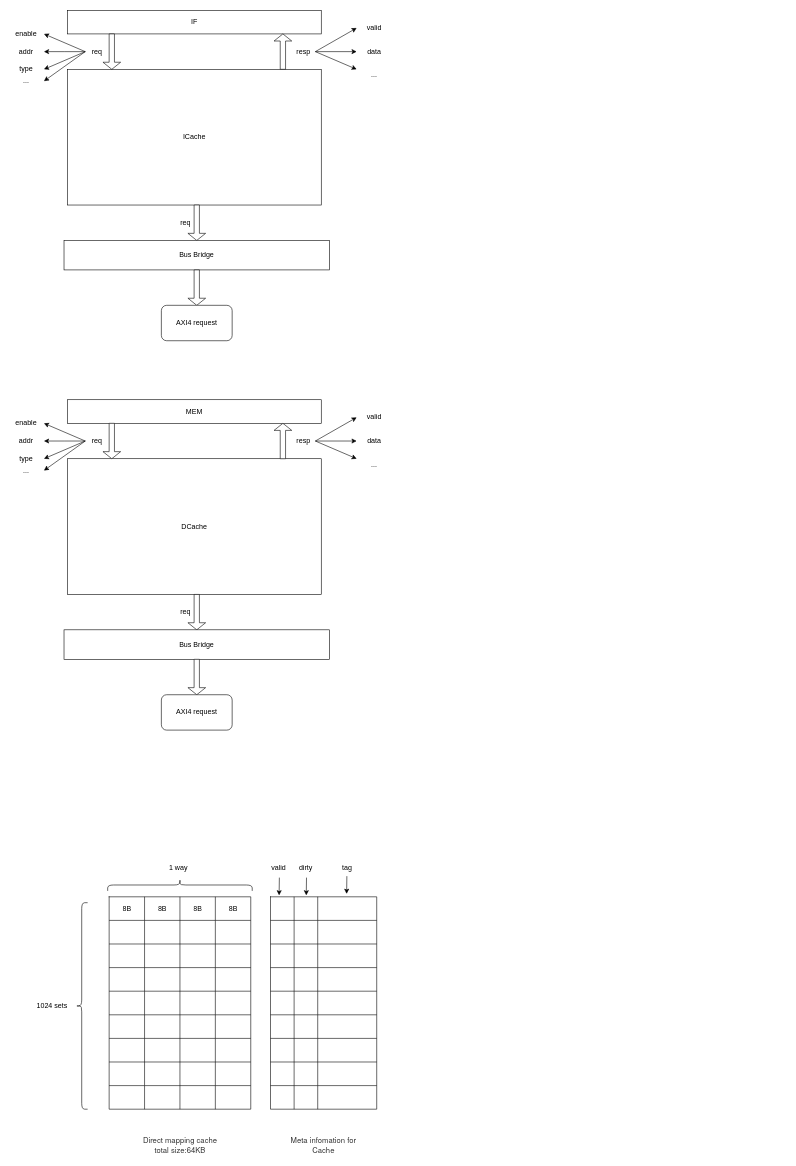
This is Cache.drawio from happy-lx/drawio, a draw.io file, before an edit. Source tidied: cells renumbered, new cells numbered last; positions are measured from the earlier drawing's top-left corner, leaving out a move shared by most shapes. Both pictures are drawn from the tidied source at 59%, with x=0, y=0 at pixel (14, 10).
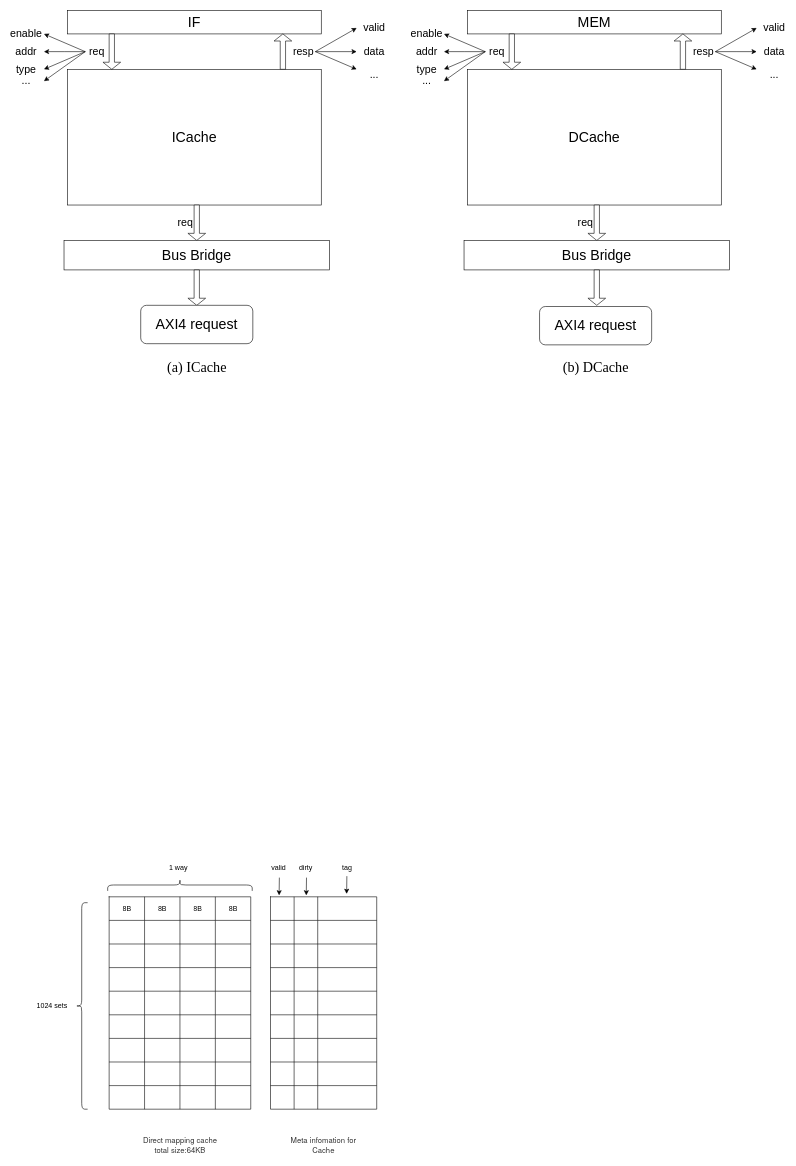
After the change.

The edit, as a diff of the source:
```diff
@@
-    <mxCell id="2" value="ICache" style="rounded=0;whiteSpace=wrap;html=1;" parent="1" vertex="1">
+    <mxCell id="2" value="&lt;font style=&quot;font-size: 24px&quot;&gt;ICache&lt;/font&gt;" style="rounded=0;whiteSpace=wrap;html=1;" parent="1" vertex="1">
       <mxGeometry x="90" y="100" width="430" height="230" as="geometry" />
     </mxCell>
-    <mxCell id="3" value="IF" style="rounded=0;whiteSpace=wrap;html=1;" parent="1" vertex="1">
+    <mxCell id="3" value="&lt;font style=&quot;font-size: 24px&quot;&gt;IF&lt;/font&gt;" style="rounded=0;whiteSpace=wrap;html=1;" parent="1" vertex="1">
       <mxGeometry x="90" width="430" height="40" as="geometry" />
     </mxCell>
@@
-    <mxCell id="7" value="req" style="text;html=1;strokeColor=none;fillColor=none;align=center;verticalAlign=middle;whiteSpace=wrap;rounded=0;" parent="1" vertex="1">
+    <mxCell id="7" value="&lt;font style=&quot;font-size: 18px&quot;&gt;req&lt;/font&gt;" style="text;html=1;strokeColor=none;fillColor=none;align=center;verticalAlign=middle;whiteSpace=wrap;rounded=0;" parent="1" vertex="1">
       <mxGeometry x="120" y="60" width="40" height="20" as="geometry" />
     </mxCell>
@@
-    <mxCell id="9" value="resp" style="text;html=1;strokeColor=none;fillColor=none;align=center;verticalAlign=middle;whiteSpace=wrap;rounded=0;" parent="1" vertex="1">
+    <mxCell id="9" value="&lt;font style=&quot;font-size: 18px&quot;&gt;resp&lt;/font&gt;" style="text;html=1;strokeColor=none;fillColor=none;align=center;verticalAlign=middle;whiteSpace=wrap;rounded=0;" parent="1" vertex="1">
       <mxGeometry x="470" y="60" width="40" height="20" as="geometry" />
     </mxCell>
@@
-    <mxCell id="12" value="enable" style="text;html=1;strokeColor=none;fillColor=none;align=center;verticalAlign=middle;whiteSpace=wrap;rounded=0;" parent="1" vertex="1">
+    <mxCell id="12" value="&lt;font style=&quot;font-size: 18px&quot;&gt;enable&lt;/font&gt;" style="text;html=1;strokeColor=none;fillColor=none;align=center;verticalAlign=middle;whiteSpace=wrap;rounded=0;" parent="1" vertex="1">
       <mxGeometry y="30" width="40" height="20" as="geometry" />
     </mxCell>
-    <mxCell id="13" value="addr" style="text;html=1;strokeColor=none;fillColor=none;align=center;verticalAlign=middle;whiteSpace=wrap;rounded=0;" parent="1" vertex="1">
+    <mxCell id="13" value="&lt;font style=&quot;font-size: 18px&quot;&gt;addr&lt;/font&gt;" style="text;html=1;strokeColor=none;fillColor=none;align=center;verticalAlign=middle;whiteSpace=wrap;rounded=0;" parent="1" vertex="1">
       <mxGeometry y="60" width="40" height="20" as="geometry" />
     </mxCell>
-    <mxCell id="14" value="type" style="text;html=1;strokeColor=none;fillColor=none;align=center;verticalAlign=middle;whiteSpace=wrap;rounded=0;" parent="1" vertex="1">
+    <mxCell id="14" value="&lt;font style=&quot;font-size: 18px&quot;&gt;type&lt;/font&gt;" style="text;html=1;strokeColor=none;fillColor=none;align=center;verticalAlign=middle;whiteSpace=wrap;rounded=0;" parent="1" vertex="1">
       <mxGeometry y="90" width="40" height="20" as="geometry" />
     </mxCell>
@@
-    <mxCell id="16" value="..." style="text;html=1;strokeColor=none;fillColor=none;align=center;verticalAlign=middle;whiteSpace=wrap;rounded=0;" parent="1" vertex="1">
+    <mxCell id="16" value="&lt;font style=&quot;font-size: 18px&quot;&gt;...&lt;/font&gt;" style="text;html=1;strokeColor=none;fillColor=none;align=center;verticalAlign=middle;whiteSpace=wrap;rounded=0;" parent="1" vertex="1">
       <mxGeometry y="110" width="40" height="20" as="geometry" />
     </mxCell>
@@
-    <mxCell id="19" value="valid" style="text;html=1;strokeColor=none;fillColor=none;align=center;verticalAlign=middle;whiteSpace=wrap;rounded=0;" parent="1" vertex="1">
+    <mxCell id="19" value="&lt;font style=&quot;font-size: 18px&quot;&gt;valid&lt;/font&gt;" style="text;html=1;strokeColor=none;fillColor=none;align=center;verticalAlign=middle;whiteSpace=wrap;rounded=0;" parent="1" vertex="1">
       <mxGeometry x="590" y="20" width="40" height="20" as="geometry" />
     </mxCell>
-    <mxCell id="20" value="data" style="text;html=1;strokeColor=none;fillColor=none;align=center;verticalAlign=middle;whiteSpace=wrap;rounded=0;" parent="1" vertex="1">
+    <mxCell id="20" value="&lt;font style=&quot;font-size: 18px&quot;&gt;data&lt;/font&gt;" style="text;html=1;strokeColor=none;fillColor=none;align=center;verticalAlign=middle;whiteSpace=wrap;rounded=0;" parent="1" vertex="1">
       <mxGeometry x="590" y="60" width="40" height="20" as="geometry" />
     </mxCell>
-    <mxCell id="21" value="..." style="text;html=1;strokeColor=none;fillColor=none;align=center;verticalAlign=middle;whiteSpace=wrap;rounded=0;" parent="1" vertex="1">
+    <mxCell id="21" value="&lt;font style=&quot;font-size: 18px&quot;&gt;...&lt;/font&gt;" style="text;html=1;strokeColor=none;fillColor=none;align=center;verticalAlign=middle;whiteSpace=wrap;rounded=0;" parent="1" vertex="1">
       <mxGeometry x="590" y="100" width="40" height="20" as="geometry" />
     </mxCell>
@@
-    <mxCell id="23" value="Bus Bridge" style="rounded=0;whiteSpace=wrap;html=1;" parent="1" vertex="1">
+    <mxCell id="23" value="&lt;font style=&quot;font-size: 24px&quot;&gt;Bus Bridge&lt;/font&gt;" style="rounded=0;whiteSpace=wrap;html=1;" parent="1" vertex="1">
       <mxGeometry x="84" y="390" width="450" height="50" as="geometry" />
     </mxCell>
-    <mxCell id="24" value="req" style="text;html=1;strokeColor=none;fillColor=none;align=center;verticalAlign=middle;whiteSpace=wrap;rounded=0;" parent="1" vertex="1">
+    <mxCell id="24" value="&lt;font style=&quot;font-size: 18px&quot;&gt;req&lt;/font&gt;" style="text;html=1;strokeColor=none;fillColor=none;align=center;verticalAlign=middle;whiteSpace=wrap;rounded=0;" parent="1" vertex="1">
       <mxGeometry x="270" y="350" width="40" height="20" as="geometry" />
     </mxCell>
@@
-    <mxCell id="26" value="AXI4 request" style="rounded=1;whiteSpace=wrap;html=1;" parent="1" vertex="1">
-      <mxGeometry x="249" y="500" width="120" height="60" as="geometry" />
+    <mxCell id="26" value="&lt;font style=&quot;font-size: 24px&quot;&gt;AXI4 request&lt;/font&gt;" style="rounded=1;whiteSpace=wrap;html=1;" parent="1" vertex="1">
+      <mxGeometry x="214" y="500" width="190" height="65" as="geometry" />
     </mxCell>
@@
-    <mxCell id="78" value="DCache" style="rounded=0;whiteSpace=wrap;html=1;" parent="1" vertex="1">
-      <mxGeometry x="90" y="760" width="430" height="230" as="geometry" />
+    <mxCell id="78" value="&lt;font style=&quot;font-size: 24px&quot;&gt;DCache&lt;/font&gt;" style="rounded=0;whiteSpace=wrap;html=1;" parent="1" vertex="1">
+      <mxGeometry x="768" y="100" width="430" height="230" as="geometry" />
     </mxCell>
-    <mxCell id="79" value="MEM" style="rounded=0;whiteSpace=wrap;html=1;" parent="1" vertex="1">
-      <mxGeometry x="90" y="660" width="430" height="40" as="geometry" />
+    <mxCell id="79" value="&lt;font style=&quot;font-size: 24px&quot;&gt;MEM&lt;/font&gt;" style="rounded=0;whiteSpace=wrap;html=1;" parent="1" vertex="1">
+      <mxGeometry x="768" width="430" height="40" as="geometry" />
     </mxCell>
     <mxCell id="80" style="shape=singleArrow;direction=south;whiteSpace=wrap;html=1;" parent="1" vertex="1">
-      <mxGeometry x="150" y="700" width="30" height="60" as="geometry" />
+      <mxGeometry x="828" y="40" width="30" height="60" as="geometry" />
     </mxCell>
     <mxCell id="81" style="shape=singleArrow;direction=south;whiteSpace=wrap;html=1;rotation=-180;" parent="1" vertex="1">
-      <mxGeometry x="440" y="700" width="30" height="60" as="geometry" />
+      <mxGeometry x="1118" y="40" width="30" height="60" as="geometry" />
     </mxCell>
     <mxCell id="82" style="edgeStyle=orthogonalEdgeStyle;rounded=0;jettySize=auto;html=1;exitX=0;exitY=0.5;exitDx=0;exitDy=0;" parent="1" edge="1" source="83">
       <mxGeometry relative="1" as="geometry">
-        <mxPoint x="50" y="730" as="targetPoint" />
+        <mxPoint x="728" y="70" as="targetPoint" />
       </mxGeometry>
     </mxCell>
-    <mxCell id="83" value="req" style="text;html=1;strokeColor=none;fillColor=none;align=center;verticalAlign=middle;whiteSpace=wrap;rounded=0;" parent="1" vertex="1">
-      <mxGeometry x="120" y="720" width="40" height="20" as="geometry" />
+    <mxCell id="83" value="&lt;font style=&quot;font-size: 18px&quot;&gt;req&lt;/font&gt;" style="text;html=1;strokeColor=none;fillColor=none;align=center;verticalAlign=middle;whiteSpace=wrap;rounded=0;" parent="1" vertex="1">
+      <mxGeometry x="798" y="60" width="40" height="20" as="geometry" />
     </mxCell>
     <mxCell id="84" style="edgeStyle=orthogonalEdgeStyle;rounded=0;jettySize=auto;html=1;exitX=1;exitY=0.5;exitDx=0;exitDy=0;" parent="1" edge="1" source="85">
       <mxGeometry relative="1" as="geometry">
-        <mxPoint x="580" y="730" as="targetPoint" />
+        <mxPoint x="1258" y="70" as="targetPoint" />
       </mxGeometry>
     </mxCell>
-    <mxCell id="85" value="resp" style="text;html=1;strokeColor=none;fillColor=none;align=center;verticalAlign=middle;whiteSpace=wrap;rounded=0;" parent="1" vertex="1">
-      <mxGeometry x="470" y="720" width="40" height="20" as="geometry" />
+    <mxCell id="85" value="&lt;font style=&quot;font-size: 18px&quot;&gt;resp&lt;/font&gt;" style="text;html=1;strokeColor=none;fillColor=none;align=center;verticalAlign=middle;whiteSpace=wrap;rounded=0;" parent="1" vertex="1">
+      <mxGeometry x="1148" y="60" width="40" height="20" as="geometry" />
     </mxCell>
     <mxCell id="86" style="endArrow=classic;html=1;exitX=0;exitY=0.5;exitDx=0;exitDy=0;" parent="1" edge="1" source="83">
       <mxGeometry relative="1" as="geometry">
-        <mxPoint x="50" y="700" as="targetPoint" />
+        <mxPoint x="728" y="40" as="targetPoint" />
       </mxGeometry>
     </mxCell>
     <mxCell id="87" style="endArrow=classic;html=1;" parent="1" edge="1">
       <mxGeometry relative="1" as="geometry">
-        <mxPoint x="120" y="730" as="sourcePoint" />
-        <mxPoint x="50" y="760" as="targetPoint" />
+        <mxPoint x="798" y="70" as="sourcePoint" />
+        <mxPoint x="728" y="100" as="targetPoint" />
       </mxGeometry>
     </mxCell>
-    <mxCell id="88" value="enable" style="text;html=1;strokeColor=none;fillColor=none;align=center;verticalAlign=middle;whiteSpace=wrap;rounded=0;" parent="1" vertex="1">
-      <mxGeometry y="690" width="40" height="20" as="geometry" />
-    </mxCell>
-    <mxCell id="89" value="addr" style="text;html=1;strokeColor=none;fillColor=none;align=center;verticalAlign=middle;whiteSpace=wrap;rounded=0;" parent="1" vertex="1">
-      <mxGeometry y="720" width="40" height="20" as="geometry" />
-    </mxCell>
-    <mxCell id="90" value="type" style="text;html=1;strokeColor=none;fillColor=none;align=center;verticalAlign=middle;whiteSpace=wrap;rounded=0;" parent="1" vertex="1">
-      <mxGeometry y="750" width="40" height="20" as="geometry" />
-    </mxCell>
     <mxCell id="91" style="endArrow=classic;html=1;" parent="1" edge="1">
       <mxGeometry relative="1" as="geometry">
-        <mxPoint x="120" y="730" as="sourcePoint" />
-        <mxPoint x="50" y="780" as="targetPoint" />
+        <mxPoint x="798" y="70" as="sourcePoint" />
+        <mxPoint x="728" y="120" as="targetPoint" />
       </mxGeometry>
     </mxCell>
-    <mxCell id="92" value="..." style="text;html=1;strokeColor=none;fillColor=none;align=center;verticalAlign=middle;whiteSpace=wrap;rounded=0;" parent="1" vertex="1">
-      <mxGeometry y="770" width="40" height="20" as="geometry" />
-    </mxCell>
     <mxCell id="93" style="endArrow=classic;html=1;exitX=1;exitY=0.5;exitDx=0;exitDy=0;" parent="1" edge="1" source="85">
       <mxGeometry relative="1" as="geometry">
-        <mxPoint x="580" y="690" as="targetPoint" />
+        <mxPoint x="1258" y="30" as="targetPoint" />
       </mxGeometry>
     </mxCell>
     <mxCell id="94" style="endArrow=classic;html=1;" parent="1" edge="1">
       <mxGeometry relative="1" as="geometry">
-        <mxPoint x="510" y="730" as="sourcePoint" />
-        <mxPoint x="580" y="760" as="targetPoint" />
+        <mxPoint x="1188" y="70" as="sourcePoint" />
+        <mxPoint x="1258" y="100" as="targetPoint" />
       </mxGeometry>
     </mxCell>
-    <mxCell id="95" value="valid" style="text;html=1;strokeColor=none;fillColor=none;align=center;verticalAlign=middle;whiteSpace=wrap;rounded=0;" parent="1" vertex="1">
-      <mxGeometry x="590" y="680" width="40" height="20" as="geometry" />
+    <mxCell id="95" value="&lt;font style=&quot;font-size: 18px&quot;&gt;valid&lt;/font&gt;" style="text;html=1;strokeColor=none;fillColor=none;align=center;verticalAlign=middle;whiteSpace=wrap;rounded=0;" parent="1" vertex="1">
+      <mxGeometry x="1268" y="20" width="40" height="20" as="geometry" />
     </mxCell>
-    <mxCell id="96" value="data" style="text;html=1;strokeColor=none;fillColor=none;align=center;verticalAlign=middle;whiteSpace=wrap;rounded=0;" parent="1" vertex="1">
-      <mxGeometry x="590" y="720" width="40" height="20" as="geometry" />
+    <mxCell id="96" value="&lt;font style=&quot;font-size: 18px&quot;&gt;data&lt;/font&gt;" style="text;html=1;strokeColor=none;fillColor=none;align=center;verticalAlign=middle;whiteSpace=wrap;rounded=0;" parent="1" vertex="1">
+      <mxGeometry x="1268" y="60" width="40" height="20" as="geometry" />
     </mxCell>
-    <mxCell id="97" value="..." style="text;html=1;strokeColor=none;fillColor=none;align=center;verticalAlign=middle;whiteSpace=wrap;rounded=0;" parent="1" vertex="1">
-      <mxGeometry x="590" y="760" width="40" height="20" as="geometry" />
+    <mxCell id="97" value="&lt;font style=&quot;font-size: 18px&quot;&gt;...&lt;/font&gt;" style="text;html=1;strokeColor=none;fillColor=none;align=center;verticalAlign=middle;whiteSpace=wrap;rounded=0;" parent="1" vertex="1">
+      <mxGeometry x="1268" y="100" width="40" height="20" as="geometry" />
     </mxCell>
     <mxCell id="98" style="shape=singleArrow;direction=south;whiteSpace=wrap;html=1;" parent="1" vertex="1">
-      <mxGeometry x="294" y="990" width="30" height="60" as="geometry" />
+      <mxGeometry x="972" y="330" width="30" height="60" as="geometry" />
     </mxCell>
-    <mxCell id="99" value="Bus Bridge" style="rounded=0;whiteSpace=wrap;html=1;" parent="1" vertex="1">
-      <mxGeometry x="84" y="1050" width="450" height="50" as="geometry" />
+    <mxCell id="99" value="&lt;font style=&quot;font-size: 24px&quot;&gt;Bus Bridge&lt;/font&gt;" style="rounded=0;whiteSpace=wrap;html=1;" parent="1" vertex="1">
+      <mxGeometry x="762" y="390" width="450" height="50" as="geometry" />
     </mxCell>
-    <mxCell id="100" value="req" style="text;html=1;strokeColor=none;fillColor=none;align=center;verticalAlign=middle;whiteSpace=wrap;rounded=0;" parent="1" vertex="1">
-      <mxGeometry x="270" y="1010" width="40" height="20" as="geometry" />
+    <mxCell id="100" value="&lt;font style=&quot;font-size: 18px&quot;&gt;req&lt;/font&gt;" style="text;html=1;strokeColor=none;fillColor=none;align=center;verticalAlign=middle;whiteSpace=wrap;rounded=0;" parent="1" vertex="1">
+      <mxGeometry x="948" y="350" width="40" height="20" as="geometry" />
     </mxCell>
     <mxCell id="101" style="shape=singleArrow;direction=south;whiteSpace=wrap;html=1;" parent="1" vertex="1">
-      <mxGeometry x="294" y="1100" width="30" height="60" as="geometry" />
+      <mxGeometry x="972" y="440" width="30" height="60" as="geometry" />
     </mxCell>
-    <mxCell id="102" value="AXI4 request" style="rounded=1;whiteSpace=wrap;html=1;" parent="1" vertex="1">
-      <mxGeometry x="249" y="1160" width="120" height="60" as="geometry" />
-    </mxCell>
@@
+    <mxCell id="102" value="&lt;font style=&quot;font-size: 24px&quot;&gt;AXI4 request&lt;/font&gt;" style="rounded=1;whiteSpace=wrap;html=1;" parent="1" vertex="1">
+      <mxGeometry x="890" y="502" width="190" height="65" as="geometry" />
+    </mxCell>
+    <mxCell id="88" value="&lt;font style=&quot;font-size: 18px&quot;&gt;enable&lt;/font&gt;" style="text;html=1;strokeColor=none;fillColor=none;align=center;verticalAlign=middle;whiteSpace=wrap;rounded=0;" parent="1" vertex="1">
+      <mxGeometry x="679" y="30" width="40" height="20" as="geometry" />
+    </mxCell>
+    <mxCell id="89" value="&lt;font style=&quot;font-size: 18px&quot;&gt;addr&lt;/font&gt;" style="text;html=1;strokeColor=none;fillColor=none;align=center;verticalAlign=middle;whiteSpace=wrap;rounded=0;" parent="1" vertex="1">
+      <mxGeometry x="679" y="60" width="40" height="20" as="geometry" />
+    </mxCell>
+    <mxCell id="90" value="&lt;font style=&quot;font-size: 18px&quot;&gt;type&lt;/font&gt;" style="text;html=1;strokeColor=none;fillColor=none;align=center;verticalAlign=middle;whiteSpace=wrap;rounded=0;" parent="1" vertex="1">
+      <mxGeometry x="679" y="90" width="40" height="20" as="geometry" />
+    </mxCell>
+    <mxCell id="92" value="&lt;font style=&quot;font-size: 18px&quot;&gt;...&lt;/font&gt;" style="text;html=1;strokeColor=none;fillColor=none;align=center;verticalAlign=middle;whiteSpace=wrap;rounded=0;" parent="1" vertex="1">
+      <mxGeometry x="679" y="110" width="40" height="20" as="geometry" />
+    </mxCell>
+    <mxCell id="147" value="&lt;font style=&quot;font-size: 24px&quot; face=&quot;Times New Roman&quot;&gt;(a) ICache&lt;/font&gt;" style="text;html=1;strokeColor=none;fillColor=none;align=center;verticalAlign=middle;whiteSpace=wrap;rounded=0;" parent="1" vertex="1">
+      <mxGeometry x="220.5" y="595" width="177" height="19" as="geometry" />
+    </mxCell>
+    <mxCell id="148" value="&lt;font style=&quot;font-size: 24px&quot; face=&quot;Times New Roman&quot;&gt;(b) DCache&lt;/font&gt;" style="text;html=1;strokeColor=none;fillColor=none;align=center;verticalAlign=middle;whiteSpace=wrap;rounded=0;" parent="1" vertex="1">
+      <mxGeometry x="896.5" y="595" width="177" height="19" as="geometry" />
+    </mxCell>
```
